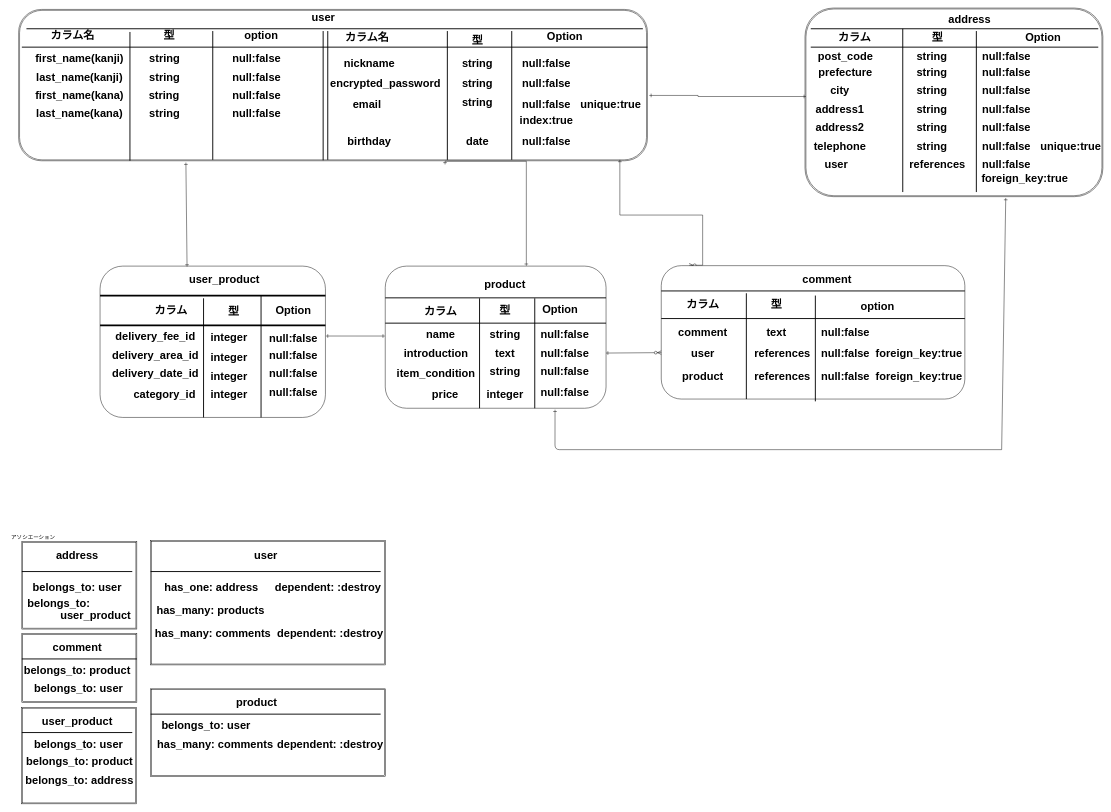
The draw.io diagram test.dio in Kaneko-Yukihiro0117/furima-32413, before the edit. Source tidied: cells renumbered, new cells numbered last; positions are measured from the earlier drawing's top-left corner, leaving out a move shared by most shapes. Both pictures are drawn from the tidied source at 46%, with x=0, y=0 at pixel (8, 8).
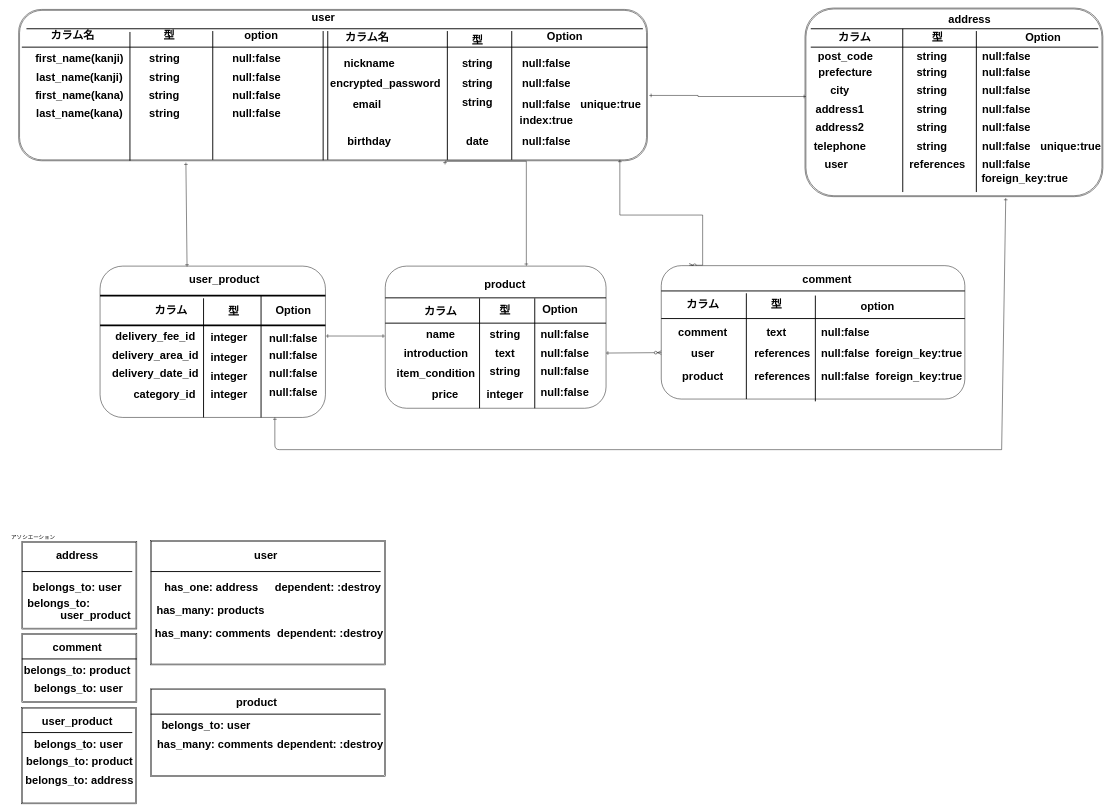
The same diagram, later.

Commit message (it also covers changes not shown here):
DB設計の修正３ーER図の修正

The change refers to these unchanged cells:
```xml
<mxCell id="67" style="rounded=1;whiteSpace=wrap;html=1;" parent="1" vertex="1">
  <mxGeometry x="820" y="561" width="480" height="309" as="geometry" />
</mxCell>
```

Change to the diagram source:
```diff
@@
-    <mxCell id="176" style="endArrow=ERone;html=1;entryX=0.769;entryY=1.01;entryDx=0;entryDy=0;entryPerimeter=0;endFill=0;" parent="1" edge="1" target="67">
+    <mxCell id="176" style="endArrow=ERone;html=1;endFill=0;" parent="1" edge="1">
       <mxGeometry relative="1" as="geometry">
         <mxPoint x="2160" y="960" as="sourcePoint" />
+        <mxPoint x="580" y="890" as="targetPoint" />
         <Array as="points">
-          <mxPoint x="1189" y="960" />
+          <mxPoint x="580" y="960" />
         </Array>
       </mxGeometry>
     </mxCell>
```
